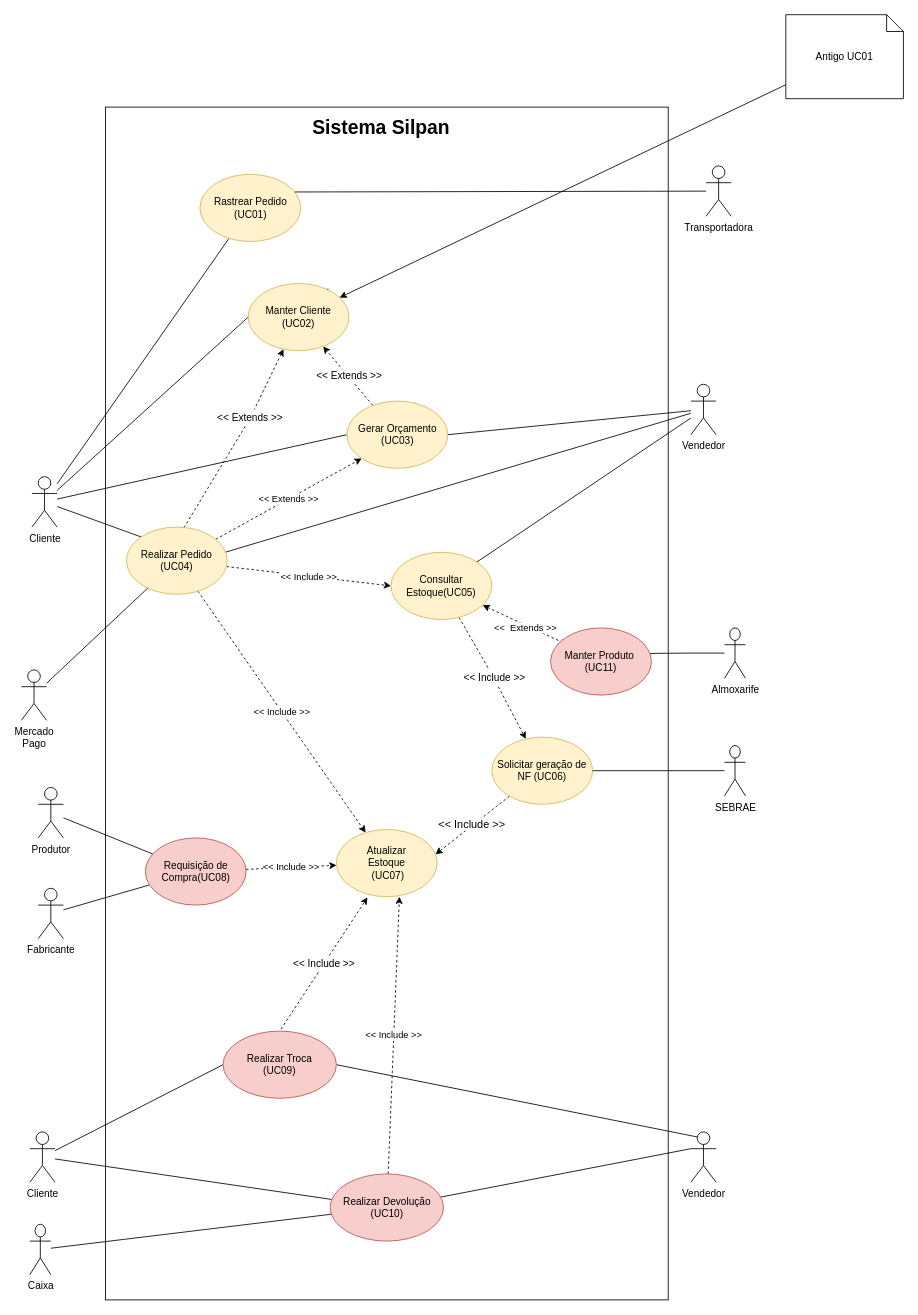
The draw.io diagram Diagrama de UC.drawio in Systematicos/Silpan-AMS, before the edit. Source tidied: cells renumbered, new cells numbered last; positions are measured from the earlier drawing's top-left corner, leaving out a move shared by most shapes. Both pictures are drawn from the tidied source at 84%, with x=0, y=0 at pixel (21, 14).
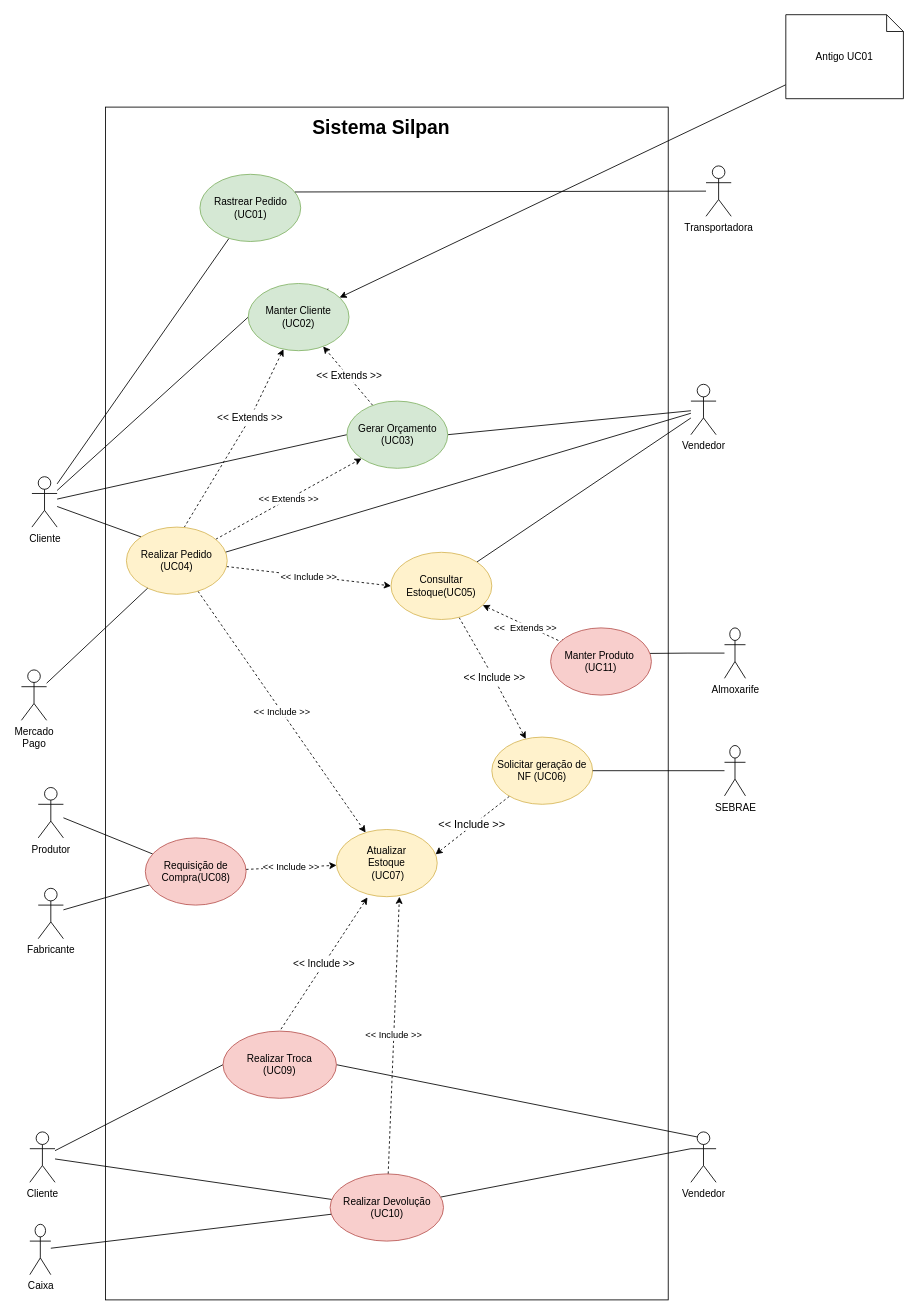
The same diagram, later.

Commit message (it also covers changes not shown here):
Criação do UC03 e atualiação do diagrama de UC

The edit, as a diff of the source:
```diff
@@
-    <mxCell id="12" value="Manter Cliente (UC02)" style="ellipse;whiteSpace=wrap;html=1;fillColor=#fff2cc;strokeColor=#d6b656;" parent="1" vertex="1">
+    <mxCell id="12" value="Manter Cliente (UC02)" style="ellipse;whiteSpace=wrap;html=1;fillColor=#d5e8d4;strokeColor=#82b366;" parent="1" vertex="1">
       <mxGeometry x="270" y="320" width="120" height="80" as="geometry" />
     </mxCell>
@@
-    <mxCell id="28" value="Rastrear Pedido (UC01)" style="ellipse;whiteSpace=wrap;html=1;fillColor=#fff2cc;strokeColor=#d6b656;" parent="1" vertex="1">
+    <mxCell id="28" value="Rastrear Pedido (UC01)" style="ellipse;whiteSpace=wrap;html=1;fillColor=#d5e8d4;strokeColor=#82b366;" parent="1" vertex="1">
       <mxGeometry x="212.5" y="190" width="120" height="80" as="geometry" />
     </mxCell>
@@
-    <mxCell id="48" value="Gerar Orçamento&lt;br&gt;(UC03)" style="ellipse;whiteSpace=wrap;html=1;fillColor=#fff2cc;strokeColor=#d6b656;" parent="1" vertex="1">
+    <mxCell id="48" value="Gerar Orçamento&lt;br&gt;(UC03)" style="ellipse;whiteSpace=wrap;html=1;fillColor=#d5e8d4;strokeColor=#82b366;" parent="1" vertex="1">
       <mxGeometry x="387.5" y="460" width="120" height="80" as="geometry" />
     </mxCell>
```
